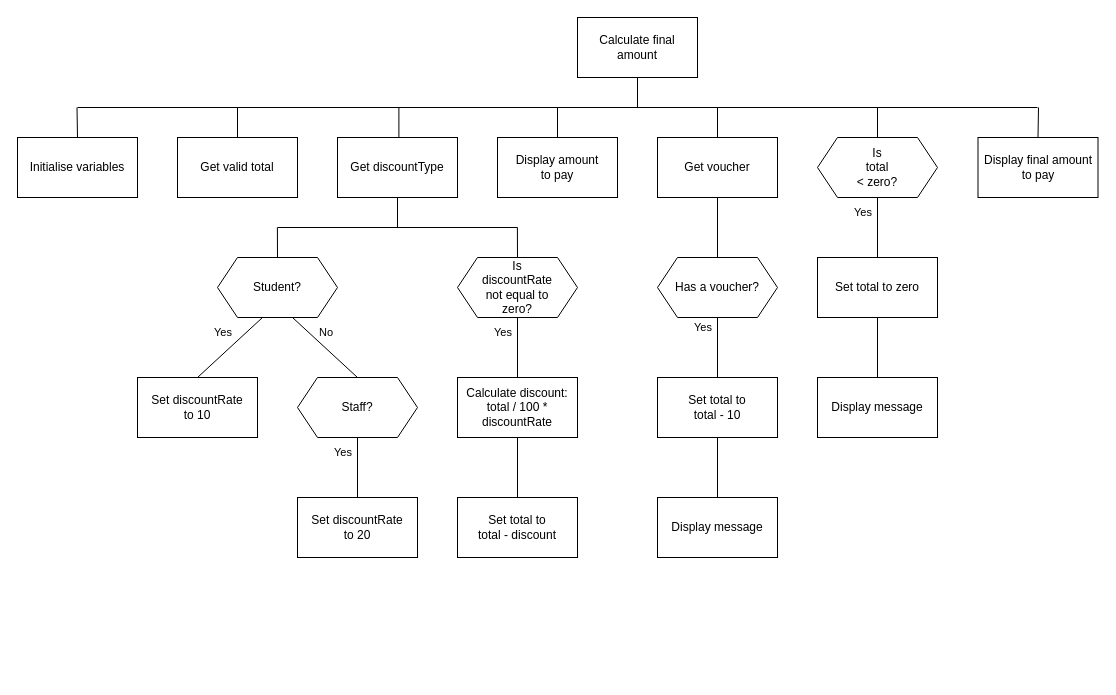
MrFriendCS/MrFriendCS.github.io keeps this draw.io diagram as page "sd2" (2 of 3) of n5/N5-SDD-Book-Shop/assets/N5 SDD Book Shop.drawio. Above is the earlier version. Source tidied: cells renumbered, new cells numbered last; positions are measured from the earlier drawing's top-left corner, leaving out a move shared by most shapes. Both pictures are drawn from the tidied source at 100%, with x=0, y=0 at pixel (17, 17).
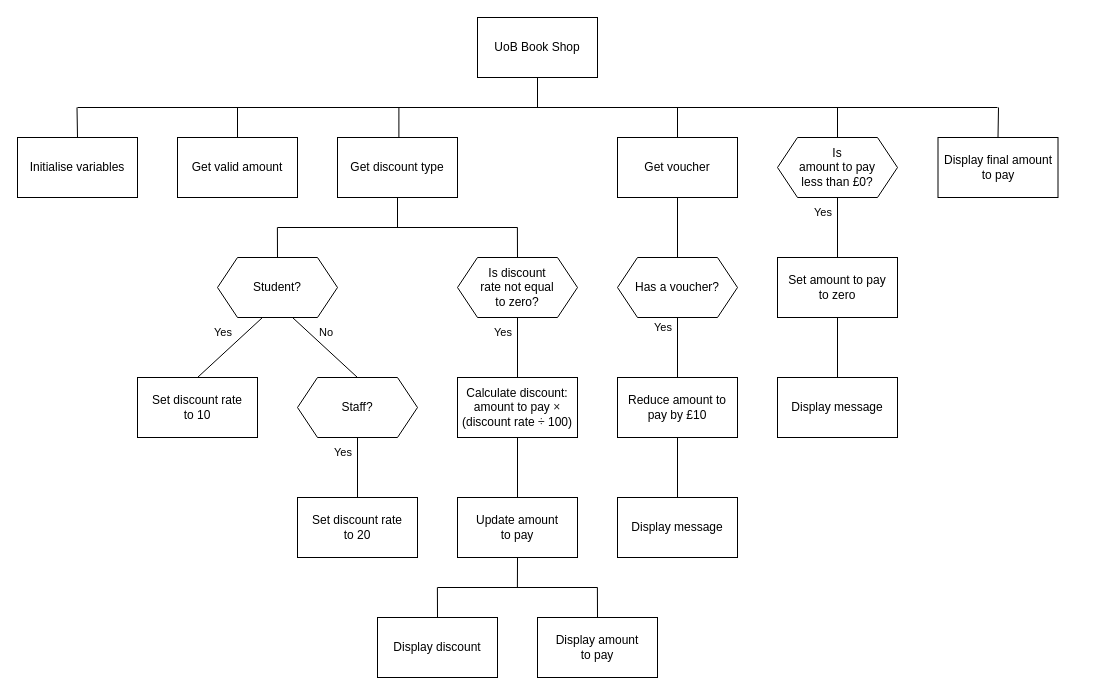
Above is the later version.

Diff of the diagram source:
```diff
@@
     <mxCell id="2" style="edgeStyle=orthogonalEdgeStyle;shape=connector;rounded=0;jettySize=auto;html=1;exitX=0.5;exitY=1;exitDx=0;exitDy=0;labelBackgroundColor=default;strokeColor=default;fontFamily=Helvetica;fontSize=11;fontColor=default;endArrow=none;endFill=0;" parent="1" edge="1" source="3">
       <mxGeometry relative="1" as="geometry">
-        <mxPoint x="620" y="90" as="targetPoint" />
+        <mxPoint x="520" y="90" as="targetPoint" />
       </mxGeometry>
     </mxCell>
-    <mxCell id="3" value="Calculate final amount" style="rounded=0;whiteSpace=wrap;html=1;" parent="1" vertex="1">
-      <mxGeometry x="560" width="120" height="60" as="geometry" />
+    <mxCell id="3" value="UoB Book Shop" style="rounded=0;whiteSpace=wrap;html=1;" parent="1" vertex="1">
+      <mxGeometry x="460" width="120" height="60" as="geometry" />
     </mxCell>
@@
-    <mxCell id="5" value="Get valid total" style="rounded=0;whiteSpace=wrap;html=1;" parent="1" vertex="1">
+    <mxCell id="5" value="Get valid amount" style="rounded=0;whiteSpace=wrap;html=1;" parent="1" vertex="1">
       <mxGeometry x="160" y="120" width="120" height="60" as="geometry" />
     </mxCell>
@@
-    <mxCell id="8" value="Get discountType" style="rounded=0;whiteSpace=wrap;html=1;" parent="1" vertex="1">
+    <mxCell id="8" value="Get discount type" style="rounded=0;whiteSpace=wrap;html=1;" parent="1" vertex="1">
       <mxGeometry x="320" y="120" width="120" height="60" as="geometry" />
     </mxCell>
@@
-    <mxCell id="10" value="Set discountRate&lt;br&gt;to 10" style="rounded=0;whiteSpace=wrap;html=1;" parent="1" vertex="1">
+    <mxCell id="10" value="Set discount rate&lt;br&gt;to 10" style="rounded=0;whiteSpace=wrap;html=1;" parent="1" vertex="1">
       <mxGeometry x="120" y="360" width="120" height="60" as="geometry" />
     </mxCell>
@@
-    <mxCell id="12" value="Calculate discount:&lt;br&gt;total / 100 * discountRate" style="rounded=0;whiteSpace=wrap;html=1;" parent="1" vertex="1">
+    <mxCell id="12" value="Calculate discount:&lt;br&gt;amount to pay&amp;nbsp;&lt;span style=&quot;color: rgb(31, 31, 31); text-align: left; background-color: rgb(255, 255, 255);&quot;&gt;&lt;font style=&quot;font-size: 12px;&quot;&gt;×&lt;/font&gt;&lt;/span&gt;&lt;br&gt;(discount rate&amp;nbsp;&lt;span style=&quot;color: rgb(31, 31, 31); font-family: &amp;quot;Google Sans&amp;quot;, Arial, sans-serif; text-align: left; background-color: rgb(255, 255, 255);&quot;&gt;&lt;font style=&quot;font-size: 12px;&quot;&gt;÷&amp;nbsp;&lt;/font&gt;&lt;/span&gt;100)" style="rounded=0;whiteSpace=wrap;html=1;" parent="1" vertex="1">
       <mxGeometry x="440" y="360" width="120" height="60" as="geometry" />
     </mxCell>
@@
+    <mxCell id="51" style="edgeStyle=none;shape=connector;rounded=0;jettySize=auto;html=1;exitX=0.5;exitY=1;exitDx=0;exitDy=0;labelBackgroundColor=default;strokeColor=default;fontFamily=Helvetica;fontSize=12;fontColor=default;endArrow=none;endFill=0;" parent="1" edge="1" source="14">
+      <mxGeometry relative="1" as="geometry">
+        <mxPoint x="499.9" y="570" as="targetPoint" />
+      </mxGeometry>
+    </mxCell>
-    <mxCell id="14" value="Set total to&lt;br&gt;total - discount" style="rounded=0;whiteSpace=wrap;html=1;" parent="1" vertex="1">
+    <mxCell id="14" value="Update amount&lt;br&gt;to pay" style="rounded=0;whiteSpace=wrap;html=1;" parent="1" vertex="1">
       <mxGeometry x="440" y="480" width="120" height="60" as="geometry" />
     </mxCell>
@@
-    <mxCell id="16" value="Set discountRate&lt;br&gt;to 20" style="rounded=0;whiteSpace=wrap;html=1;" parent="1" vertex="1">
+    <mxCell id="16" value="Set discount rate&lt;br&gt;to 20" style="rounded=0;whiteSpace=wrap;html=1;" parent="1" vertex="1">
       <mxGeometry x="280" y="480" width="120" height="60" as="geometry" />
     </mxCell>
     <mxCell id="17" style="edgeStyle=orthogonalEdgeStyle;rounded=0;jettySize=auto;html=1;exitX=0.5;exitY=0;exitDx=0;exitDy=0;endArrow=none;endFill=0;" parent="1" edge="1" source="18">
       <mxGeometry relative="1" as="geometry">
-        <mxPoint x="700" y="90" as="targetPoint" />
+        <mxPoint x="660" y="90" as="targetPoint" />
       </mxGeometry>
     </mxCell>
     <mxCell id="18" value="Get voucher" style="rounded=0;whiteSpace=wrap;html=1;" parent="1" vertex="1">
-      <mxGeometry x="640" y="120" width="120" height="60" as="geometry" />
+      <mxGeometry x="600" y="120" width="120" height="60" as="geometry" />
     </mxCell>
@@
-    <mxCell id="20" value="Set total to&lt;br style=&quot;border-color: var(--border-color);&quot;&gt;total - 10" style="rounded=0;whiteSpace=wrap;html=1;" parent="1" vertex="1">
-      <mxGeometry x="640" y="360" width="120" height="60" as="geometry" />
+    <mxCell id="20" value="Reduce amount to pay by £10" style="rounded=0;whiteSpace=wrap;html=1;" parent="1" vertex="1">
+      <mxGeometry x="600" y="360" width="120" height="60" as="geometry" />
     </mxCell>
     <mxCell id="21" style="edgeStyle=none;shape=connector;rounded=0;jettySize=auto;html=1;exitX=0.5;exitY=0;exitDx=0;exitDy=0;labelBackgroundColor=default;strokeColor=default;fontFamily=Helvetica;fontSize=11;fontColor=default;endArrow=none;endFill=0;" parent="1" edge="1" source="22">
       <mxGeometry relative="1" as="geometry">
-        <mxPoint x="1021" y="90" as="targetPoint" />
+        <mxPoint x="981" y="90" as="targetPoint" />
       </mxGeometry>
     </mxCell>
     <mxCell id="22" value="Display final amount to pay" style="rounded=0;whiteSpace=wrap;html=1;" parent="1" vertex="1">
-      <mxGeometry x="960.5" y="120" width="120" height="60" as="geometry" />
+      <mxGeometry x="920.5" y="120" width="120" height="60" as="geometry" />
     </mxCell>
-    <mxCell id="23" style="edgeStyle=orthogonalEdgeStyle;rounded=0;jettySize=auto;html=1;exitX=0.5;exitY=0;exitDx=0;exitDy=0;endArrow=none;endFill=0;" parent="1" edge="1" source="24">
-      <mxGeometry relative="1" as="geometry">
-        <mxPoint x="540" y="90" as="targetPoint" />
-      </mxGeometry>
-    </mxCell>
+    <mxCell id="52" style="edgeStyle=none;shape=connector;rounded=0;jettySize=auto;html=1;exitX=0.5;exitY=0;exitDx=0;exitDy=0;labelBackgroundColor=default;strokeColor=default;fontFamily=Helvetica;fontSize=12;fontColor=default;endArrow=none;endFill=0;" parent="1" edge="1" source="24">
+      <mxGeometry relative="1" as="geometry">
+        <mxPoint x="579.9" y="570" as="targetPoint" />
+      </mxGeometry>
+    </mxCell>
     <mxCell id="24" value="Display amount&lt;br&gt;to pay" style="rounded=0;whiteSpace=wrap;html=1;" parent="1" vertex="1">
-      <mxGeometry x="480" y="120" width="120" height="60" as="geometry" />
+      <mxGeometry x="520" y="600" width="120" height="60" as="geometry" />
     </mxCell>
     <mxCell id="25" style="endArrow=none;html=1;rounded=0;" parent="1" edge="1">
       <mxGeometry relative="1" as="geometry">
         <mxPoint x="60" y="90" as="sourcePoint" />
-        <mxPoint x="1020" y="90" as="targetPoint" />
+        <mxPoint x="980" y="90" as="targetPoint" />
       </mxGeometry>
     </mxCell>
@@
     <mxCell id="30" value="Yes" style="text;html=1;strokeColor=none;fillColor=none;align=right;verticalAlign=middle;whiteSpace=wrap;rounded=0;fontSize=11;fontFamily=Helvetica;fontColor=default;spacing=2;spacingRight=3;" parent="1" vertex="1">
-      <mxGeometry x="640" y="295" width="60" height="30" as="geometry" />
+      <mxGeometry x="600" y="295" width="60" height="30" as="geometry" />
     </mxCell>
@@
     <mxCell id="32" value="Display message" style="rounded=0;whiteSpace=wrap;html=1;" parent="1" vertex="1">
-      <mxGeometry x="640" y="480" width="120" height="60" as="geometry" />
+      <mxGeometry x="600" y="480" width="120" height="60" as="geometry" />
     </mxCell>
@@
-    <mxCell id="38" value="Is&lt;br style=&quot;border-color: var(--border-color);&quot;&gt;discountRate&lt;br style=&quot;border-color: var(--border-color);&quot;&gt;not equal to&lt;br style=&quot;border-color: var(--border-color);&quot;&gt;zero?" style="shape=hexagon;perimeter=hexagonPerimeter2;whiteSpace=wrap;html=1;fixedSize=1;" parent="1" vertex="1">
+    <mxCell id="38" value="Is discount&lt;br&gt;rate not equal&lt;br&gt;to zero?" style="shape=hexagon;perimeter=hexagonPerimeter2;whiteSpace=wrap;html=1;fixedSize=1;" parent="1" vertex="1">
       <mxGeometry x="440" y="240" width="120" height="60" as="geometry" />
     </mxCell>
@@
     <mxCell id="40" value="Has a voucher?" style="shape=hexagon;perimeter=hexagonPerimeter2;whiteSpace=wrap;html=1;fixedSize=1;" parent="1" vertex="1">
-      <mxGeometry x="640" y="240" width="120" height="60" as="geometry" />
+      <mxGeometry x="600" y="240" width="120" height="60" as="geometry" />
     </mxCell>
@@
     <mxCell id="45" value="Display message" style="rounded=0;whiteSpace=wrap;html=1;" parent="1" vertex="1">
-      <mxGeometry x="800" y="360" width="120" height="60" as="geometry" />
+      <mxGeometry x="760" y="360" width="120" height="60" as="geometry" />
     </mxCell>
@@
-    <mxCell id="47" value="Set total to zero" style="rounded=0;whiteSpace=wrap;html=1;" parent="1" vertex="1">
-      <mxGeometry x="800" y="240" width="120" height="60" as="geometry" />
+    <mxCell id="47" value="Set amount to pay&lt;br&gt;to zero" style="rounded=0;whiteSpace=wrap;html=1;" parent="1" vertex="1">
+      <mxGeometry x="760" y="240" width="120" height="60" as="geometry" />
     </mxCell>
     <mxCell id="48" value="Yes" style="text;html=1;strokeColor=none;fillColor=none;align=right;verticalAlign=middle;whiteSpace=wrap;rounded=0;fontSize=11;fontFamily=Helvetica;fontColor=default;spacing=2;spacingRight=3;" parent="1" vertex="1">
-      <mxGeometry x="800" y="180" width="60" height="30" as="geometry" />
+      <mxGeometry x="760" y="180" width="60" height="30" as="geometry" />
     </mxCell>
     <mxCell id="49" style="edgeStyle=none;shape=connector;rounded=0;jettySize=auto;html=1;exitX=0.5;exitY=0;exitDx=0;exitDy=0;labelBackgroundColor=default;strokeColor=default;fontFamily=Helvetica;fontSize=11;fontColor=default;endArrow=none;endFill=0;" parent="1" edge="1" source="50">
       <mxGeometry relative="1" as="geometry">
-        <mxPoint x="860" y="90" as="targetPoint" />
+        <mxPoint x="820" y="90" as="targetPoint" />
       </mxGeometry>
     </mxCell>
-    <mxCell id="50" value="Is&lt;br style=&quot;border-color: var(--border-color);&quot;&gt;total&lt;br style=&quot;border-color: var(--border-color);&quot;&gt;&amp;lt; zero?" style="shape=hexagon;perimeter=hexagonPerimeter2;whiteSpace=wrap;html=1;fixedSize=1;" parent="1" vertex="1">
-      <mxGeometry x="800" y="120" width="120" height="60" as="geometry" />
+    <mxCell id="50" value="Is&lt;br style=&quot;border-color: var(--border-color);&quot;&gt;amount to pay&lt;br style=&quot;border-color: var(--border-color);&quot;&gt;less than £0?" style="shape=hexagon;perimeter=hexagonPerimeter2;whiteSpace=wrap;html=1;fixedSize=1;" parent="1" vertex="1">
+      <mxGeometry x="760" y="120" width="120" height="60" as="geometry" />
     </mxCell>
+    <mxCell id="53" style="edgeStyle=none;shape=connector;rounded=0;jettySize=auto;html=1;exitX=0.5;exitY=0;exitDx=0;exitDy=0;labelBackgroundColor=default;strokeColor=default;fontFamily=Helvetica;fontSize=12;fontColor=default;endArrow=none;endFill=0;" parent="1" edge="1" source="54">
+      <mxGeometry relative="1" as="geometry">
+        <mxPoint x="419.9" y="570" as="targetPoint" />
+      </mxGeometry>
+    </mxCell>
+    <mxCell id="54" value="Display discount" style="rounded=0;whiteSpace=wrap;html=1;" parent="1" vertex="1">
+      <mxGeometry x="360" y="600" width="120" height="60" as="geometry" />
+    </mxCell>
+    <mxCell id="55" style="endArrow=none;html=1;rounded=0;labelBackgroundColor=default;strokeColor=default;fontFamily=Helvetica;fontSize=12;fontColor=default;shape=connector;" parent="1" edge="1">
+      <mxGeometry relative="1" as="geometry">
+        <mxPoint x="420" y="570" as="sourcePoint" />
+        <mxPoint x="580" y="570" as="targetPoint" />
+      </mxGeometry>
+    </mxCell>
```
